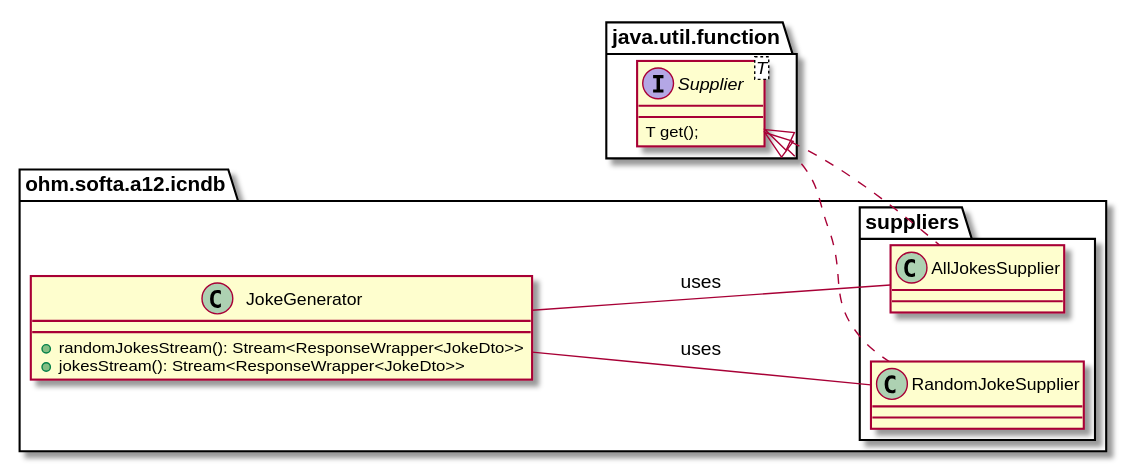
This is Assignment_12/12-functional-cli/assets/images/GeneratorSpec.svg from davidg-h/Software_Architecture, a PlantUML export, as it was before one commit. Its diagram source:
```plantuml
@startuml GeneratorSpec
left to right direction
package java.util.function {
    interface Supplier<T> {
        T get();
    }
}

package ohm.softa.a12.icndb {
    class JokeGenerator {
        +randomJokesStream(): Stream<ResponseWrapper<JokeDto>>
        +jokesStream(): Stream<ResponseWrapper<JokeDto>>
    }

    package suppliers {
        class AllJokesSupplier implements Supplier {
        }

        class RandomJokeSupplier implements Supplier {
        }
    }

    JokeGenerator -- AllJokesSupplier : "uses"
    JokeGenerator -- RandomJokeSupplier : "uses"
}

@enduml
```
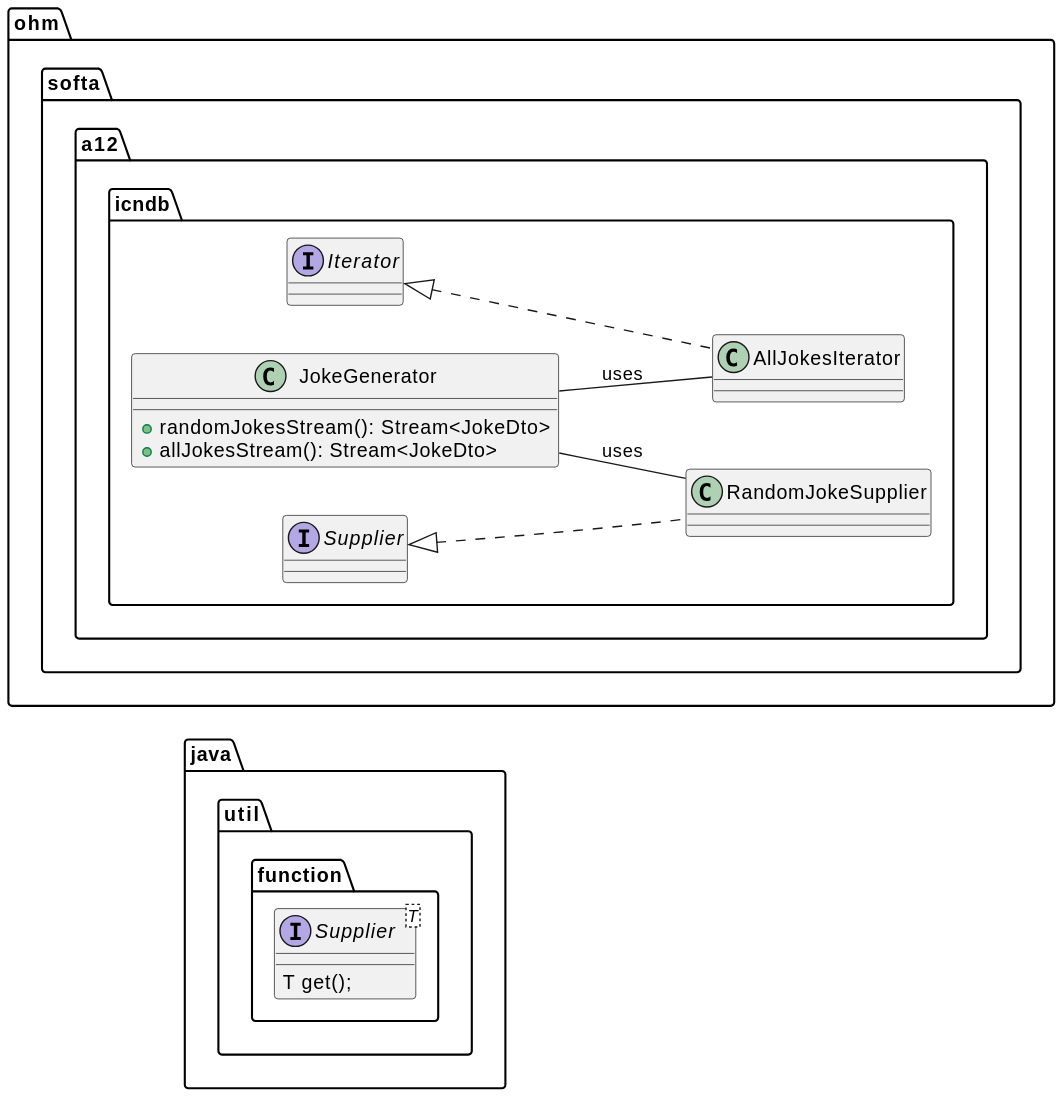
The same diagram one commit later.

Diff of the diagram source:
```diff
@@ -1,4 +1,4 @@
-@startuml GeneratorSpec
+@startuml
 left to right direction
 package java.util.function {
     interface Supplier<T> {
@@ -8,20 +8,17 @@
 
 package ohm.softa.a12.icndb {
     class JokeGenerator {
-        +randomJokesStream(): Stream<ResponseWrapper<JokeDto>>
-        +jokesStream(): Stream<ResponseWrapper<JokeDto>>
+        +randomJokesStream(): Stream<JokeDto>
+        +allJokesStream(): Stream<JokeDto>
     }
 
-    package suppliers {
-        class AllJokesSupplier implements Supplier {
-        }
+    class AllJokesIterator implements Iterator {
+	}
 
-        class RandomJokeSupplier implements Supplier {
-        }
-    }
+	class RandomJokeSupplier implements Supplier {
+	}
 
-    JokeGenerator -- AllJokesSupplier : "uses"
+    JokeGenerator -- AllJokesIterator : "uses"
     JokeGenerator -- RandomJokeSupplier : "uses"
 }
-
 @enduml
```
